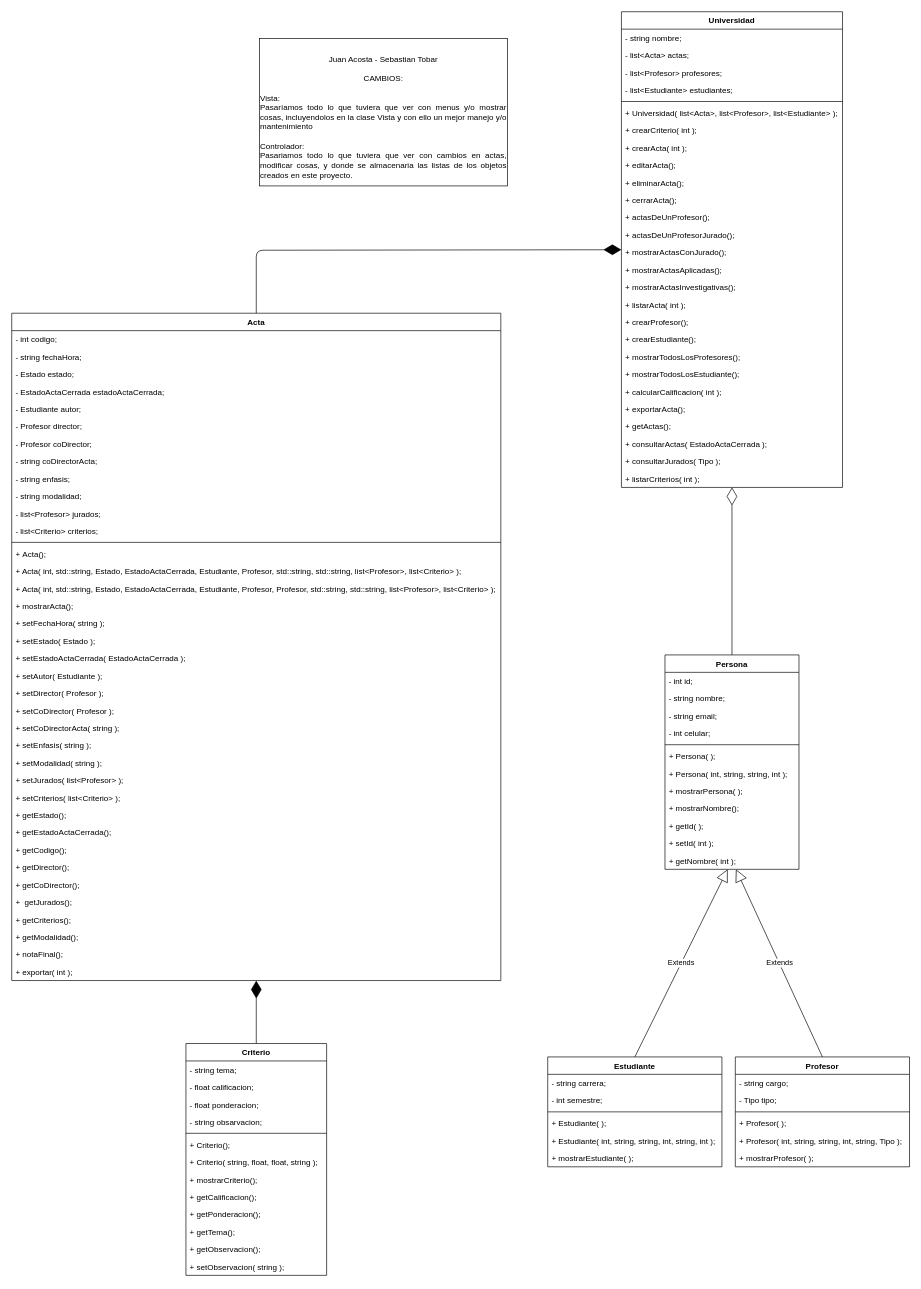
Earlier version of the draw.io diagram Diagrama.drawio (Wembie/POSGSOF). Source tidied: cells renumbered, new cells numbered last; positions are measured from the earlier drawing's top-left corner, leaving out a move shared by most shapes. Both pictures are drawn from the tidied source at 67%, with x=0, y=0 at pixel (11, 11).
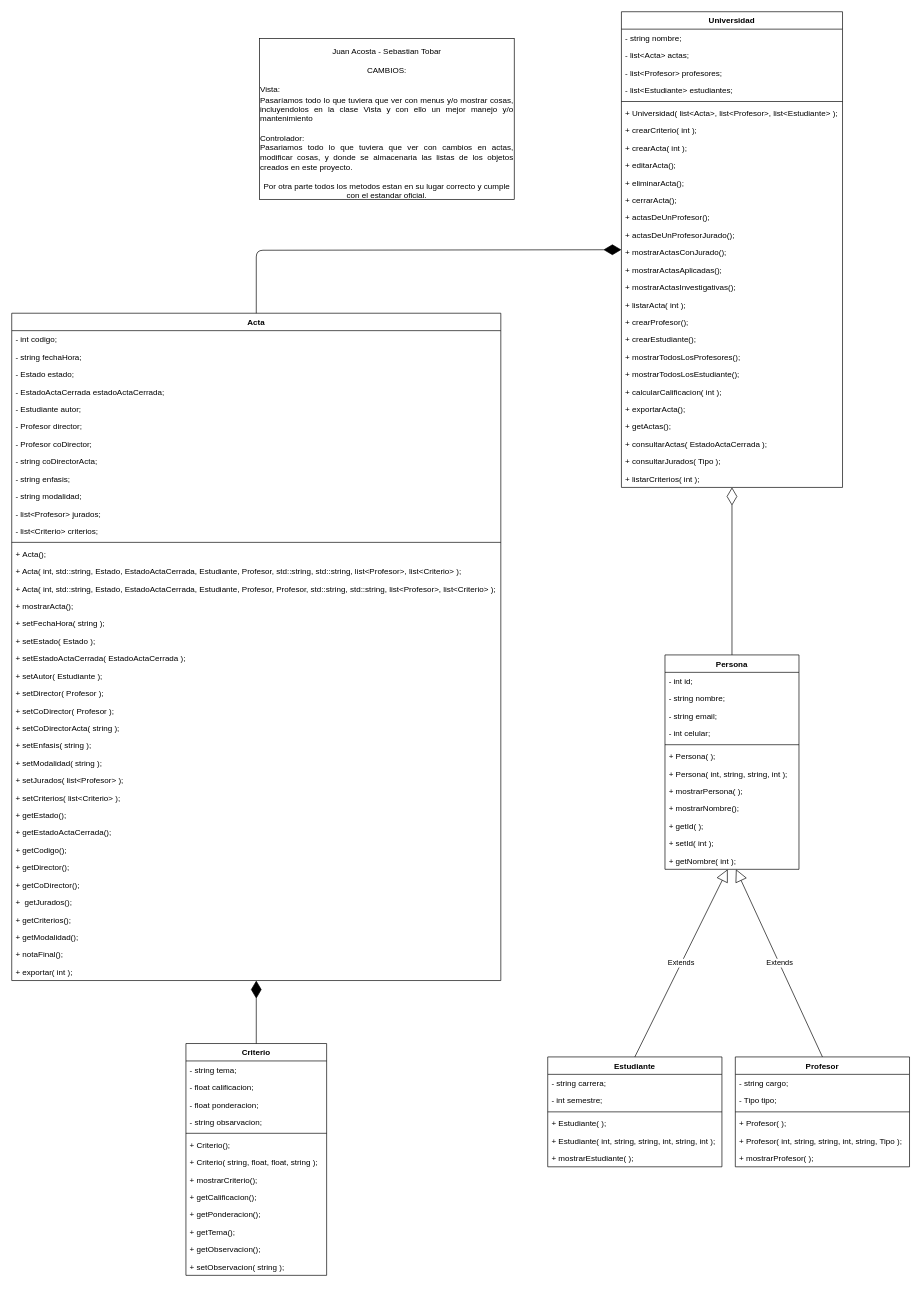
After the change.

Change to the diagram source:
```diff
@@
-    <mxCell id="115" value="&lt;div&gt;&lt;br&gt;&lt;/div&gt;&lt;div&gt;&lt;span&gt;Juan Acosta - Sebastian Tobar&lt;/span&gt;&lt;/div&gt;&lt;div style=&quot;text-align: justify&quot;&gt;&lt;br&gt;&lt;/div&gt;&lt;div&gt;&lt;span&gt;CAMBIOS:&lt;/span&gt;&lt;/div&gt;&lt;div&gt;&lt;br&gt;&lt;/div&gt;&lt;div style=&quot;text-align: justify&quot;&gt;&lt;span&gt;Vista:&lt;/span&gt;&lt;/div&gt;&lt;div style=&quot;text-align: justify&quot;&gt;&lt;span&gt;Pasaríamos todo lo que tuviera que ver con menus y/o mostrar cosas, incluyendolos en la clase Vista y con ello un mejor manejo y/o mantenimiento&lt;/span&gt;&lt;/div&gt;&lt;div style=&quot;text-align: justify&quot;&gt;&lt;br&gt;&lt;/div&gt;&lt;div style=&quot;text-align: justify&quot;&gt;&lt;span&gt;Controlador:&lt;/span&gt;&lt;/div&gt;&lt;div style=&quot;text-align: justify&quot;&gt;&lt;span&gt;Pasariamos todo lo que tuviera que ver con cambios en actas, modificar cosas, y donde se almacenaria las listas de los objetos creados en este proyecto.&lt;/span&gt;&lt;/div&gt;" style="rounded=0;whiteSpace=wrap;html=1;" parent="1" vertex="1">
-      <mxGeometry x="370" y="40" width="370" height="220" as="geometry" />
+    <mxCell id="115" value="&lt;div&gt;&lt;br&gt;&lt;/div&gt;&lt;div&gt;&lt;span&gt;Juan Acosta - Sebastian Tobar&lt;/span&gt;&lt;/div&gt;&lt;div style=&quot;text-align: justify&quot;&gt;&lt;br&gt;&lt;/div&gt;&lt;div&gt;&lt;span&gt;CAMBIOS:&lt;/span&gt;&lt;/div&gt;&lt;div&gt;&lt;br&gt;&lt;/div&gt;&lt;div style=&quot;text-align: justify&quot;&gt;&lt;span&gt;Vista:&lt;/span&gt;&lt;/div&gt;&lt;div style=&quot;text-align: justify&quot;&gt;&lt;span&gt;Pasaríamos todo lo que tuviera que ver con menus y/o mostrar cosas, incluyendolos en la clase Vista y con ello un mejor manejo y/o mantenimiento&lt;/span&gt;&lt;/div&gt;&lt;div style=&quot;text-align: justify&quot;&gt;&lt;br&gt;&lt;/div&gt;&lt;div style=&quot;text-align: justify&quot;&gt;&lt;span&gt;Controlador:&lt;/span&gt;&lt;/div&gt;&lt;div style=&quot;text-align: justify&quot;&gt;&lt;span&gt;Pasariamos todo lo que tuviera que ver con cambios en actas, modificar cosas, y donde se almacenaria las listas de los objetos creados en este proyecto.&lt;/span&gt;&lt;/div&gt;&lt;div style=&quot;text-align: justify&quot;&gt;&lt;span&gt;&lt;br&gt;&lt;/span&gt;&lt;/div&gt;&lt;div&gt;Por otra parte todos los metodos estan en su lugar correcto y cumple con el estandar oficial.&lt;/div&gt;" style="rounded=0;whiteSpace=wrap;html=1;" parent="1" vertex="1">
+      <mxGeometry x="370" y="40" width="380" height="240" as="geometry" />
     </mxCell>
```
